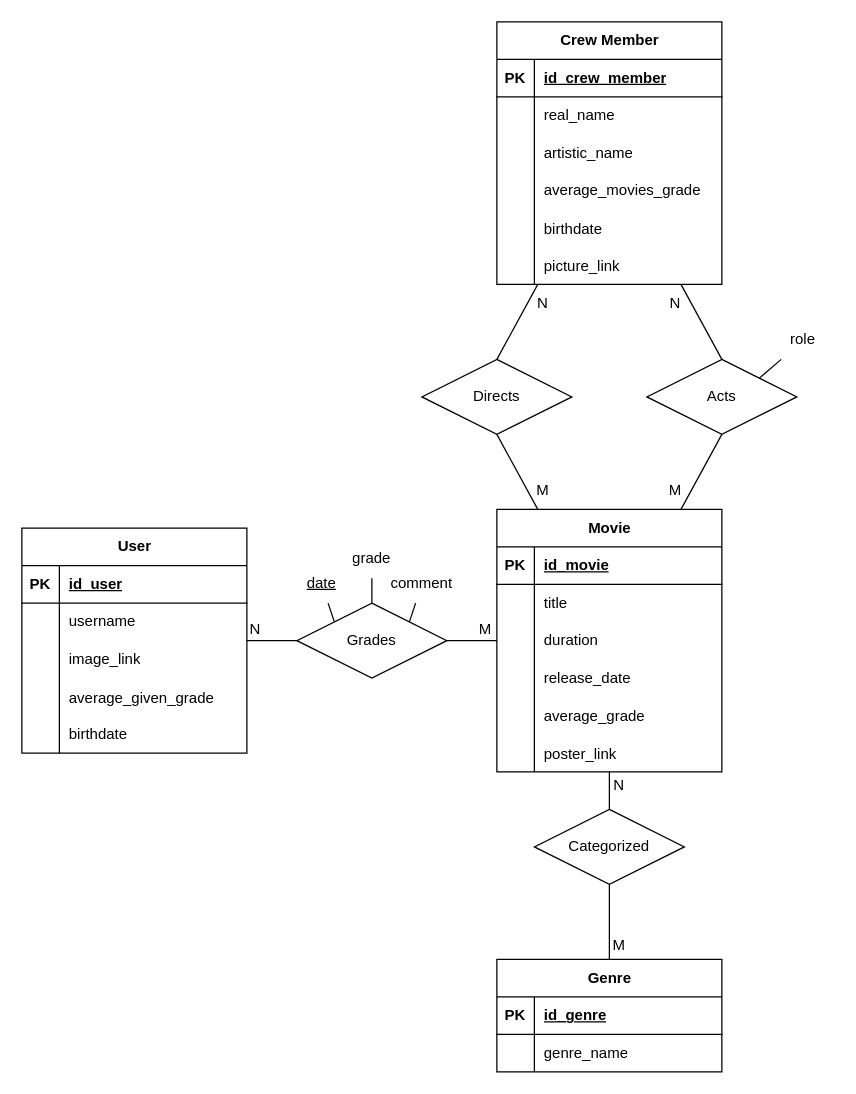
yaesetti/mc536 keeps this draw.io diagram as lab01/diagramas/diagramaER.drawio. Above is the earlier version. Source tidied: cells renumbered, new cells numbered last; positions are measured from the earlier drawing's top-left corner, leaving out a move shared by most shapes. Both pictures are drawn from the tidied source at 125%, with x=0, y=0 at pixel (21, 21).
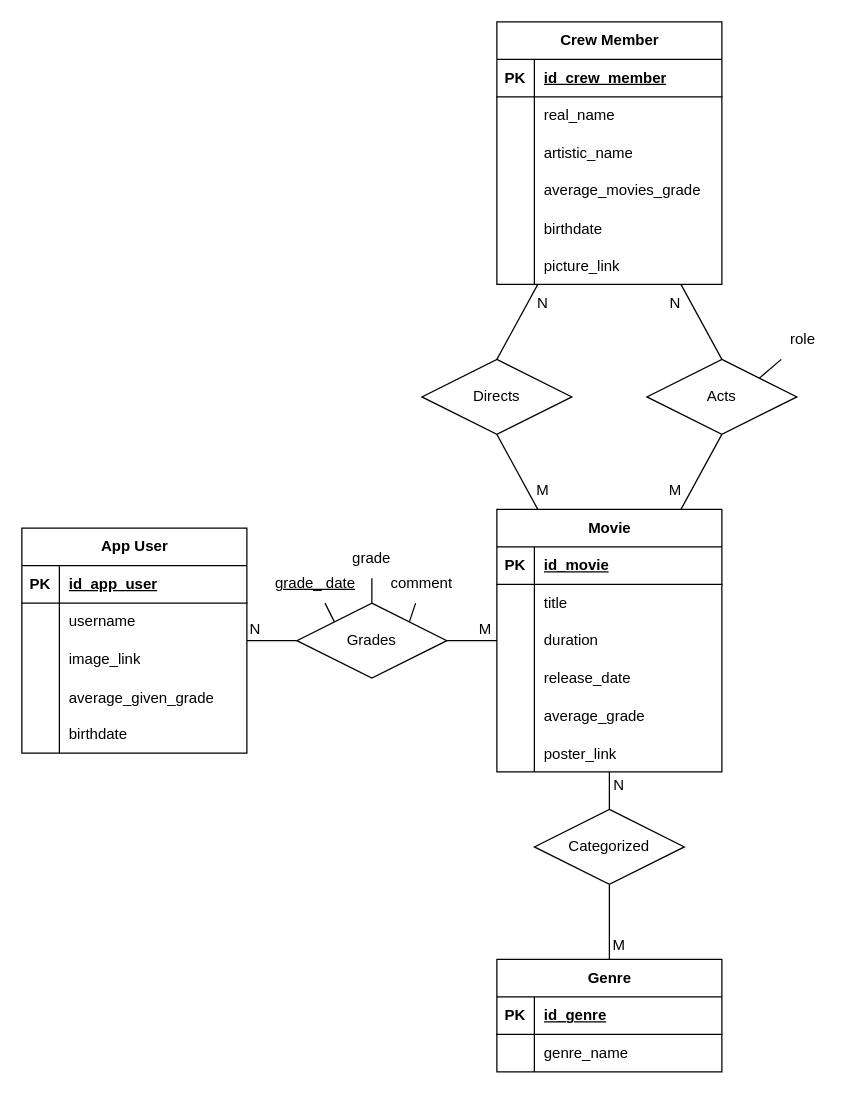
The same diagram, later.

Unchanged cells that the change refers to:
```xml
<mxCell id="9" style="shape=tableRow;horizontal=0;startSize=0;swimlaneHead=0;swimlaneBody=0;fillColor=none;top=0;left=0;right=0;bottom=1;" parent="8" vertex="1">
  <mxGeometry y="30" width="180" height="30" as="geometry" />
</mxCell>
```

Diff of the diagram source:
```diff
@@
-    <mxCell id="8" value="User" style="shape=table;startSize=30;childLayout=tableLayout;rowLines=0;fontStyle=1;align=center;html=1;" parent="1" vertex="1">
+    <mxCell id="8" value="App User" style="shape=table;startSize=30;childLayout=tableLayout;rowLines=0;fontStyle=1;align=center;html=1;" parent="1" vertex="1">
       <mxGeometry y="405" width="180" height="180" as="geometry" />
     </mxCell>
@@
-    <mxCell id="11" value="id_user" style="shape=partialRectangle;fillColor=none;top=0;left=0;bottom=0;right=0;align=left;spacingLeft=6;fontStyle=5;overflow=hidden;whiteSpace=wrap;html=1;" parent="9" vertex="1">
+    <mxCell id="11" value="id_app_user" style="shape=partialRectangle;fillColor=none;top=0;left=0;bottom=0;right=0;align=left;spacingLeft=6;fontStyle=5;overflow=hidden;whiteSpace=wrap;html=1;" parent="9" vertex="1">
       <mxGeometry x="30" width="150" height="30" as="geometry" />
     </mxCell>
@@
-    <mxCell id="43" value="&lt;u&gt;date&lt;/u&gt;" style="text;strokeColor=none;fillColor=none;spacingLeft=4;spacingRight=4;overflow=hidden;points=[[0,0.5],[1,0.5]];portConstraint=eastwest;fontSize=12;whiteSpace=wrap;html=1;align=center;" parent="1" vertex="1">
-      <mxGeometry x="220" y="435" width="40" height="30" as="geometry" />
+    <mxCell id="43" value="&lt;u&gt;grade_ date&lt;/u&gt;" style="text;strokeColor=none;fillColor=none;spacingLeft=4;spacingRight=4;overflow=hidden;points=[[0,0.5],[1,0.5]];portConstraint=eastwest;fontSize=12;whiteSpace=wrap;html=1;align=center;" parent="1" vertex="1">
+      <mxGeometry x="190" y="435" width="90" height="30" as="geometry" />
     </mxCell>
```
